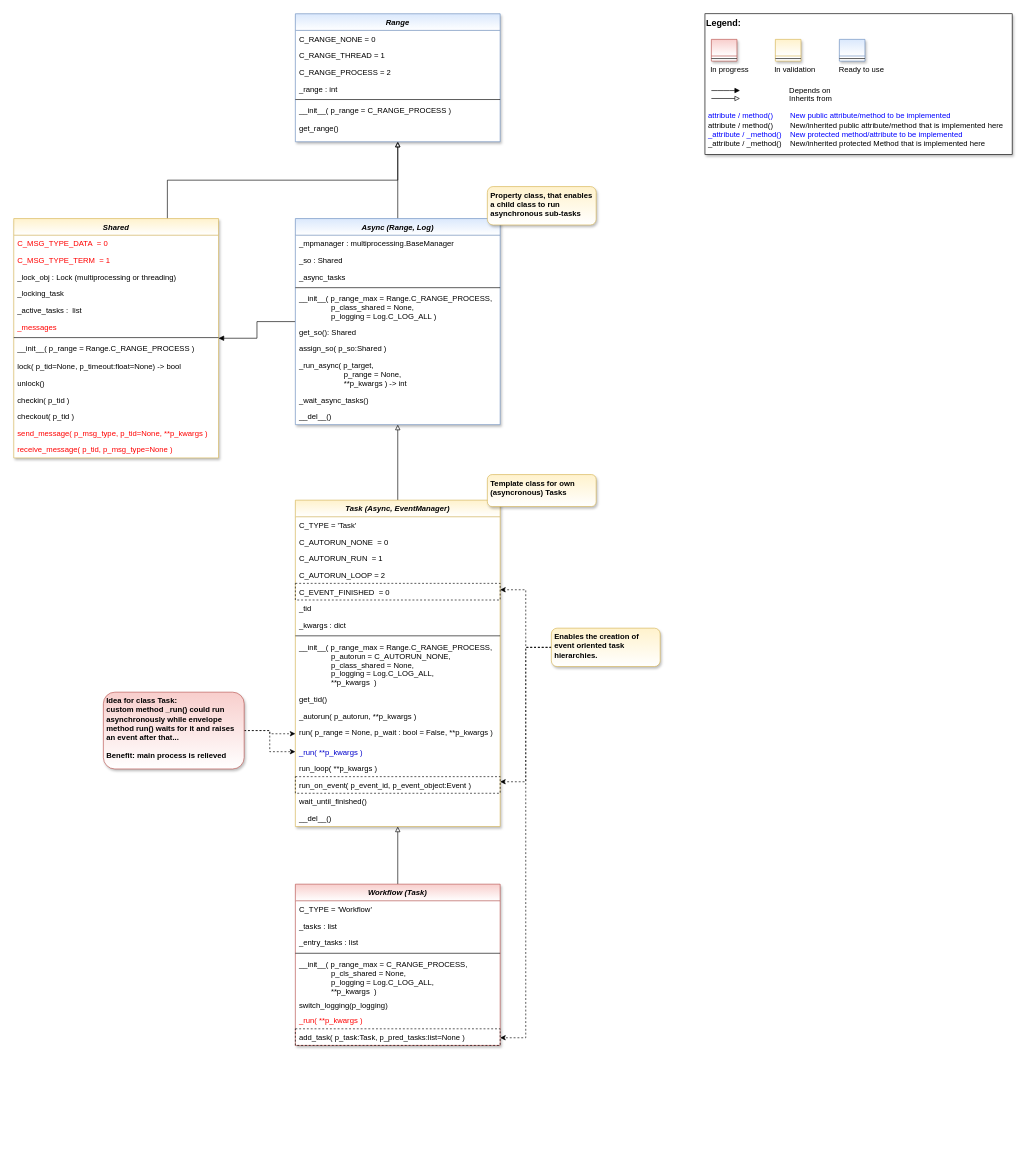
fhswf/MLPro keeps this draw.io diagram as doc/rtd/content/append2/core/images/bf/MLPro-BF-MT_class_diagram.drawio. Above is the earlier version. Source tidied: cells renumbered, new cells numbered last; positions are measured from the earlier drawing's top-left corner, leaving out a move shared by most shapes. Both pictures are drawn from the tidied source at 64%, with x=0, y=0 at pixel (13, 13).
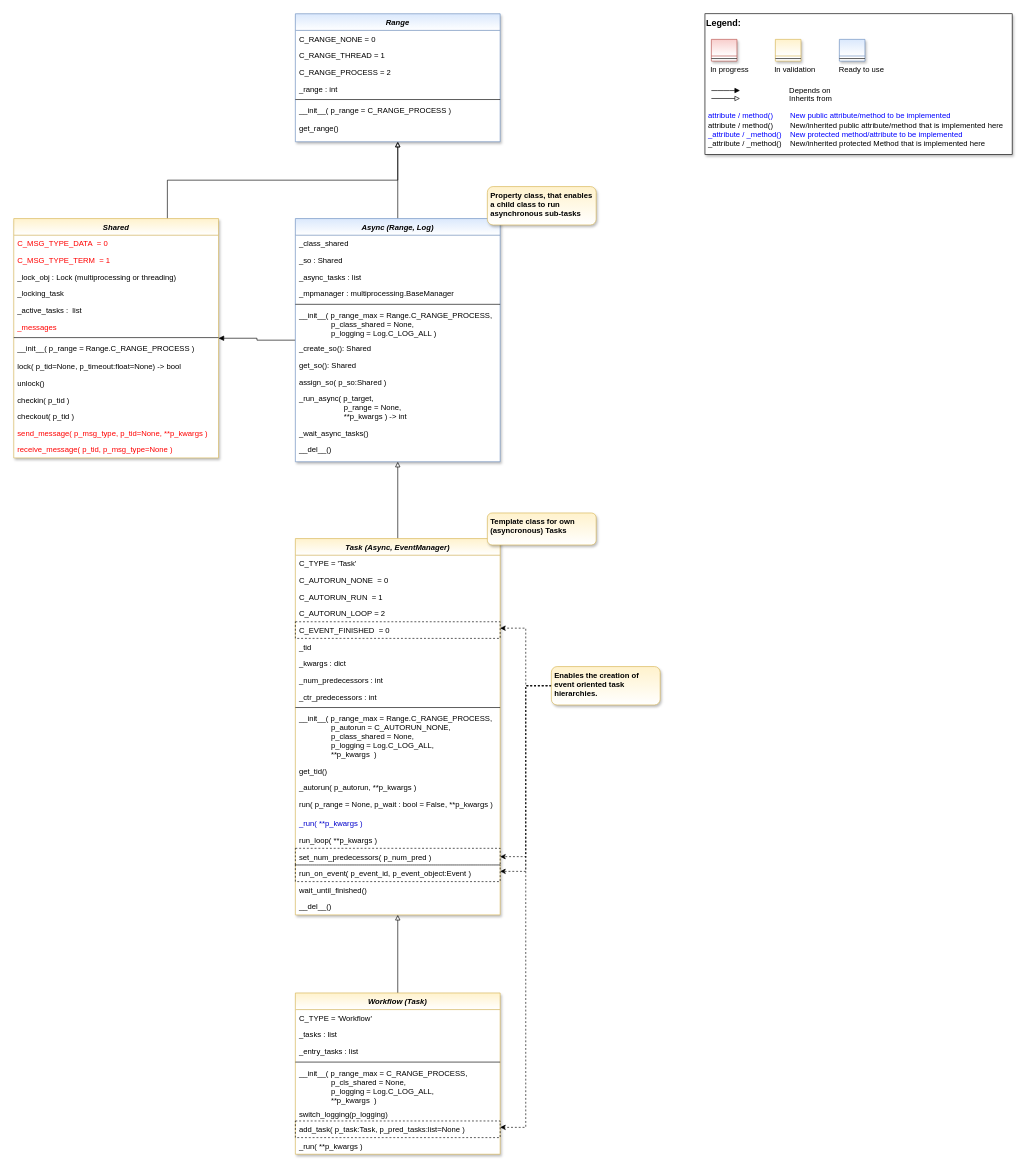
The same page after the edit.

Commit message (it also covers changes not shown here):
howto.bf.mt.002 and classes Task, Workflow

The change refers to these unchanged cells:
```xml
<mxCell id="48" value="C_EVENT_FINISHED  = 0" style="text;align=left;verticalAlign=top;spacingLeft=4;spacingRight=4;overflow=hidden;points=[[0,0.5],[1,0.5]];portConstraint=eastwest;strokeColor=default;dashed=1;" parent="43" vertex="1">
  <mxGeometry y="130" width="320" height="26" as="geometry" />
</mxCell>
```

Diff of the diagram source:
```diff
@@
     <mxCell id="30" value="Async (Range, Log)" style="swimlane;fontStyle=3;align=center;verticalAlign=top;horizontal=1;startSize=26;rounded=0;shadow=1;strokeWidth=1;fillColor=#dae8fc;strokeColor=#6c8ebf;glass=0;swimlaneFillColor=#ffffff;gradientColor=#FFFFFF;" parent="1" vertex="1">
-      <mxGeometry x="440" y="320" width="320" height="322" as="geometry" />
+      <mxGeometry x="440" y="320" width="320" height="380" as="geometry" />
     </mxCell>
-    <mxCell id="31" value="_mpmanager : multiprocessing.BaseManager" style="text;align=left;verticalAlign=top;spacingLeft=4;spacingRight=4;overflow=hidden;fontColor=default;" parent="30" vertex="1">
-      <mxGeometry y="26" width="320" height="26" as="geometry" />
-    </mxCell>
+    <mxCell id="87" value="_class_shared " style="text;align=left;verticalAlign=top;spacingLeft=4;spacingRight=4;overflow=hidden;" parent="30" vertex="1">
+      <mxGeometry y="26" width="320" height="26" as="geometry" />
+    </mxCell>
@@
-    <mxCell id="33" value="_async_tasks" style="text;align=left;verticalAlign=top;spacingLeft=4;spacingRight=4;overflow=hidden;" parent="30" vertex="1">
+    <mxCell id="33" value="_async_tasks : list" style="text;align=left;verticalAlign=top;spacingLeft=4;spacingRight=4;overflow=hidden;" parent="30" vertex="1">
       <mxGeometry y="78" width="320" height="26" as="geometry" />
     </mxCell>
+    <mxCell id="31" value="_mpmanager : multiprocessing.BaseManager" style="text;align=left;verticalAlign=top;spacingLeft=4;spacingRight=4;overflow=hidden;" parent="30" vertex="1">
+      <mxGeometry y="104" width="320" height="26" as="geometry" />
+    </mxCell>
     <mxCell id="34" style="line;html=1;strokeWidth=1;align=left;verticalAlign=middle;spacingTop=-1;spacingLeft=3;spacingRight=3;labelPosition=right;" parent="30" vertex="1">
-      <mxGeometry y="104" width="320" height="8" as="geometry" />
+      <mxGeometry y="130" width="320" height="8" as="geometry" />
     </mxCell>
     <mxCell id="35" value="__init__( p_range_max = Range.C_RANGE_PROCESS,&#10;               p_class_shared = None,&#10;               p_logging = Log.C_LOG_ALL )" style="text;align=left;verticalAlign=top;spacingLeft=4;spacingRight=4;overflow=hidden;fontColor=default;" parent="30" vertex="1">
-      <mxGeometry y="112" width="320" height="52" as="geometry" />
+      <mxGeometry y="138" width="320" height="52" as="geometry" />
     </mxCell>
+    <mxCell id="88" value="_create_so(): Shared" style="text;align=left;verticalAlign=top;spacingLeft=4;spacingRight=4;overflow=hidden;fontColor=default;" parent="30" vertex="1">
+      <mxGeometry y="190" width="320" height="26" as="geometry" />
+    </mxCell>
     <mxCell id="36" value="get_so(): Shared" style="text;align=left;verticalAlign=top;spacingLeft=4;spacingRight=4;overflow=hidden;fontColor=default;" parent="30" vertex="1">
-      <mxGeometry y="164" width="320" height="26" as="geometry" />
+      <mxGeometry y="216" width="320" height="26" as="geometry" />
     </mxCell>
     <mxCell id="37" value="assign_so( p_so:Shared )" style="text;align=left;verticalAlign=top;spacingLeft=4;spacingRight=4;overflow=hidden;fontColor=default;" parent="30" vertex="1">
-      <mxGeometry y="190" width="320" height="26" as="geometry" />
+      <mxGeometry y="242" width="320" height="26" as="geometry" />
     </mxCell>
     <mxCell id="38" value="_run_async( p_target,&#10;                     p_range = None,&#10;                     **p_kwargs ) -&gt; int" style="text;align=left;verticalAlign=top;spacingLeft=4;spacingRight=4;overflow=hidden;fontColor=default;" parent="30" vertex="1">
-      <mxGeometry y="216" width="320" height="54" as="geometry" />
+      <mxGeometry y="268" width="320" height="54" as="geometry" />
     </mxCell>
     <mxCell id="39" value="_wait_async_tasks()" style="text;align=left;verticalAlign=top;spacingLeft=4;spacingRight=4;overflow=hidden;fontColor=default;" parent="30" vertex="1">
-      <mxGeometry y="270" width="320" height="26" as="geometry" />
+      <mxGeometry y="322" width="320" height="26" as="geometry" />
     </mxCell>
     <mxCell id="40" value="__del__()" style="text;align=left;verticalAlign=top;spacingLeft=4;spacingRight=4;overflow=hidden;fontColor=default;" parent="30" vertex="1">
-      <mxGeometry y="296" width="320" height="26" as="geometry" />
+      <mxGeometry y="348" width="320" height="26" as="geometry" />
     </mxCell>
@@
     <mxCell id="43" value="Task (Async, EventManager)" style="swimlane;fontStyle=3;align=center;verticalAlign=top;horizontal=1;startSize=26;rounded=0;shadow=1;strokeWidth=1;fillColor=#fff2cc;strokeColor=#d6b656;glass=0;swimlaneFillColor=#ffffff;gradientColor=#FFFFFF;" parent="1" vertex="1">
-      <mxGeometry x="440" y="760" width="320" height="510" as="geometry" />
+      <mxGeometry x="440" y="820" width="320" height="588" as="geometry" />
     </mxCell>
@@
+    <mxCell id="89" value="_num_predecessors : int" style="text;align=left;verticalAlign=top;spacingLeft=4;spacingRight=4;overflow=hidden;" parent="43" vertex="1">
+      <mxGeometry y="208" width="320" height="26" as="geometry" />
+    </mxCell>
+    <mxCell id="90" value="_ctr_predecessors : int" style="text;align=left;verticalAlign=top;spacingLeft=4;spacingRight=4;overflow=hidden;" parent="43" vertex="1">
+      <mxGeometry y="234" width="320" height="26" as="geometry" />
+    </mxCell>
     <mxCell id="51" style="line;html=1;strokeWidth=1;align=left;verticalAlign=middle;spacingTop=-1;spacingLeft=3;spacingRight=3;labelPosition=right;" parent="43" vertex="1">
-      <mxGeometry y="208" width="320" height="8" as="geometry" />
+      <mxGeometry y="260" width="320" height="8" as="geometry" />
     </mxCell>
     <mxCell id="52" value="__init__( p_range_max = Range.C_RANGE_PROCESS,&#10;               p_autorun = C_AUTORUN_NONE,&#10;               p_class_shared = None,&#10;               p_logging = Log.C_LOG_ALL,&#10;               **p_kwargs  )" style="text;align=left;verticalAlign=top;spacingLeft=4;spacingRight=4;overflow=hidden;fontColor=default;" parent="43" vertex="1">
-      <mxGeometry y="216" width="320" height="82" as="geometry" />
+      <mxGeometry y="268" width="320" height="82" as="geometry" />
     </mxCell>
     <mxCell id="53" value="get_tid()" style="text;align=left;verticalAlign=top;spacingLeft=4;spacingRight=4;overflow=hidden;fontColor=default;" parent="43" vertex="1">
-      <mxGeometry y="298" width="320" height="26" as="geometry" />
+      <mxGeometry y="350" width="320" height="26" as="geometry" />
     </mxCell>
     <mxCell id="54" value="_autorun( p_autorun, **p_kwargs )" style="text;align=left;verticalAlign=top;spacingLeft=4;spacingRight=4;overflow=hidden;fontColor=default;" parent="43" vertex="1">
-      <mxGeometry y="324" width="320" height="26" as="geometry" />
+      <mxGeometry y="376" width="320" height="26" as="geometry" />
     </mxCell>
     <mxCell id="55" value="run( p_range = None, p_wait : bool = False, **p_kwargs )" style="text;align=left;verticalAlign=top;spacingLeft=4;spacingRight=4;overflow=hidden;points=[[0,0.5],[1,0.5]];portConstraint=eastwest;fontColor=default;" parent="43" vertex="1">
-      <mxGeometry y="350" width="320" height="30" as="geometry" />
+      <mxGeometry y="402" width="320" height="30" as="geometry" />
     </mxCell>
     <mxCell id="56" value="_run( **p_kwargs )" style="text;align=left;verticalAlign=top;spacingLeft=4;spacingRight=4;overflow=hidden;points=[[0,0.5],[1,0.5]];portConstraint=eastwest;fontColor=#0000CC;" parent="43" vertex="1">
-      <mxGeometry y="380" width="320" height="26" as="geometry" />
+      <mxGeometry y="432" width="320" height="26" as="geometry" />
     </mxCell>
     <mxCell id="57" value="run_loop( **p_kwargs )" style="text;align=left;verticalAlign=top;spacingLeft=4;spacingRight=4;overflow=hidden;fontColor=default;" parent="43" vertex="1">
-      <mxGeometry y="406" width="320" height="26" as="geometry" />
+      <mxGeometry y="458" width="320" height="26" as="geometry" />
     </mxCell>
+    <mxCell id="91" value="set_num_predecessors( p_num_pred )" style="text;align=left;verticalAlign=top;spacingLeft=4;spacingRight=4;overflow=hidden;points=[[0,0.5],[1,0.5]];portConstraint=eastwest;fontColor=default;labelBorderColor=none;strokeColor=default;dashed=1;" parent="43" vertex="1">
+      <mxGeometry y="484" width="320" height="26" as="geometry" />
+    </mxCell>
     <mxCell id="58" value="run_on_event( p_event_id, p_event_object:Event )" style="text;align=left;verticalAlign=top;spacingLeft=4;spacingRight=4;overflow=hidden;points=[[0,0.5],[1,0.5]];portConstraint=eastwest;fontColor=default;labelBorderColor=none;strokeColor=default;dashed=1;" parent="43" vertex="1">
-      <mxGeometry y="432" width="320" height="26" as="geometry" />
+      <mxGeometry y="510" width="320" height="26" as="geometry" />
     </mxCell>
     <mxCell id="59" value="wait_until_finished()" style="text;align=left;verticalAlign=top;spacingLeft=4;spacingRight=4;overflow=hidden;fontColor=default;" parent="43" vertex="1">
-      <mxGeometry y="458" width="320" height="26" as="geometry" />
+      <mxGeometry y="536" width="320" height="26" as="geometry" />
     </mxCell>
     <mxCell id="60" value="__del__()" style="text;align=left;verticalAlign=top;spacingLeft=4;spacingRight=4;overflow=hidden;fontColor=default;" parent="43" vertex="1">
-      <mxGeometry y="484" width="320" height="26" as="geometry" />
+      <mxGeometry y="562" width="320" height="26" as="geometry" />
     </mxCell>
@@
-    <mxCell id="62" value="Workflow (Task)" style="swimlane;fontStyle=3;align=center;verticalAlign=top;horizontal=1;startSize=26;rounded=0;shadow=1;strokeWidth=1;fillColor=#f8cecc;strokeColor=#b85450;glass=0;swimlaneFillColor=#ffffff;gradientColor=#FFFFFF;" parent="1" vertex="1">
-      <mxGeometry x="440" y="1360" width="320" height="252" as="geometry" />
+    <mxCell id="62" value="Workflow (Task)" style="swimlane;fontStyle=3;align=center;verticalAlign=top;horizontal=1;startSize=26;rounded=0;shadow=1;strokeWidth=1;fillColor=#fff2cc;strokeColor=#d6b656;glass=0;swimlaneFillColor=#ffffff;gradientColor=#FFFFFF;" parent="1" vertex="1">
+      <mxGeometry x="440" y="1530" width="320" height="252" as="geometry" />
     </mxCell>
@@
+    <mxCell id="70" value="add_task( p_task:Task, p_pred_tasks:list=None )" style="text;align=left;verticalAlign=top;spacingLeft=4;spacingRight=4;overflow=hidden;points=[[0,0.5],[1,0.5]];portConstraint=eastwest;fontColor=default;strokeColor=default;dashed=1;" parent="62" vertex="1">
+      <mxGeometry y="200" width="320" height="26" as="geometry" />
+    </mxCell>
-    <mxCell id="69" value="_run( **p_kwargs )" style="text;align=left;verticalAlign=top;spacingLeft=4;spacingRight=4;overflow=hidden;fontColor=#FF0000;" parent="62" vertex="1">
-      <mxGeometry y="200" width="320" height="26" as="geometry" />
+    <mxCell id="69" value="_run( **p_kwargs )" style="text;align=left;verticalAlign=top;spacingLeft=4;spacingRight=4;overflow=hidden;fontColor=default;" parent="62" vertex="1">
+      <mxGeometry y="226" width="320" height="26" as="geometry" />
     </mxCell>
-    <mxCell id="70" value="add_task( p_task:Task, p_pred_tasks:list=None )" style="text;align=left;verticalAlign=top;spacingLeft=4;spacingRight=4;overflow=hidden;points=[[0,0.5],[1,0.5]];portConstraint=eastwest;fontColor=default;strokeColor=default;dashed=1;" parent="62" vertex="1">
-      <mxGeometry y="226" width="320" height="26" as="geometry" />
-    </mxCell>
     <mxCell id="71" style="edgeStyle=orthogonalEdgeStyle;rounded=0;jettySize=auto;html=1;fontColor=#FF0000;exitX=0;exitY=0.5;exitDx=0;exitDy=0;dashed=1;" parent="1" edge="1" source="74" target="58">
       <mxGeometry relative="1" as="geometry">
         <Array as="points">
-          <mxPoint x="800" y="990" />
-          <mxPoint x="800" y="1200" />
+          <mxPoint x="800" y="1050" />
+          <mxPoint x="800" y="1340" />
         </Array>
       </mxGeometry>
     </mxCell>
     <mxCell id="72" style="edgeStyle=orthogonalEdgeStyle;rounded=0;jettySize=auto;html=1;fontColor=#FF0000;exitX=0;exitY=0.5;exitDx=0;exitDy=0;dashed=1;" parent="1" edge="1" source="74" target="48">
       <mxGeometry relative="1" as="geometry">
         <Array as="points">
-          <mxPoint x="800" y="990" />
-          <mxPoint x="800" y="900" />
+          <mxPoint x="800" y="1050" />
+          <mxPoint x="800" y="960" />
         </Array>
       </mxGeometry>
     </mxCell>
     <mxCell id="73" style="edgeStyle=orthogonalEdgeStyle;rounded=0;jettySize=auto;html=1;dashed=1;fontColor=#FF0000;" parent="1" edge="1" source="74" target="70">
       <mxGeometry relative="1" as="geometry">
         <Array as="points">
-          <mxPoint x="800" y="990" />
-          <mxPoint x="800" y="1600" />
+          <mxPoint x="800" y="1050" />
+          <mxPoint x="800" y="1740" />
         </Array>
       </mxGeometry>
     </mxCell>
+    <mxCell id="92" style="edgeStyle=orthogonalEdgeStyle;rounded=0;jettySize=auto;html=1;fontColor=default;dashed=1;" parent="1" edge="1" source="74" target="91">
+      <mxGeometry relative="1" as="geometry">
+        <Array as="points">
+          <mxPoint x="800" y="1050" />
+          <mxPoint x="800" y="1317" />
+        </Array>
+      </mxGeometry>
+    </mxCell>
     <mxCell id="74" value="Enables the creation of event oriented task hierarchies." style="rounded=1;whiteSpace=wrap;html=1;fillColor=#fff2cc;strokeColor=#d6b656;shadow=1;gradientColor=#ffffff;fontStyle=1;align=left;verticalAlign=top;spacingRight=3;spacingLeft=3;" parent="1" vertex="1">
-      <mxGeometry x="840" y="960" width="170" height="60" as="geometry" />
+      <mxGeometry x="840" y="1020" width="170" height="60" as="geometry" />
     </mxCell>
@@
     <mxCell id="83" value="Template class for own (asyncronous) Tasks" style="rounded=1;whiteSpace=wrap;html=1;fillColor=#fff2cc;strokeColor=#d6b656;shadow=1;gradientColor=#ffffff;fontStyle=1;align=left;verticalAlign=top;spacingRight=3;spacingLeft=3;" parent="1" vertex="1">
-      <mxGeometry x="740" y="720" width="170" height="50" as="geometry" />
+      <mxGeometry x="740" y="780" width="170" height="50" as="geometry" />
     </mxCell>
-    <mxCell id="84" style="edgeStyle=orthogonalEdgeStyle;rounded=0;jettySize=auto;html=1;dashed=1;" parent="1" edge="1" source="86" target="56">
-      <mxGeometry relative="1" as="geometry" />
-    </mxCell>
-    <mxCell id="85" style="edgeStyle=orthogonalEdgeStyle;rounded=0;jettySize=auto;html=1;dashed=1;" parent="1" edge="1" source="86" target="55">
-      <mxGeometry relative="1" as="geometry" />
-    </mxCell>
-    <mxCell id="86" value="Idea for class Task:&lt;br&gt;custom method _run() could run asynchronously while envelope method run() waits for it and raises an event after that...&lt;br&gt;&lt;br&gt;Benefit: main process is relieved" style="rounded=1;whiteSpace=wrap;html=1;fillColor=#f8cecc;strokeColor=#b85450;shadow=1;fontStyle=1;align=left;verticalAlign=top;spacingRight=3;spacingLeft=3;gradientColor=#FFFFFF;" parent="1" vertex="1">
-      <mxGeometry x="140" y="1060" width="220" height="120" as="geometry" />
-    </mxCell>
```
